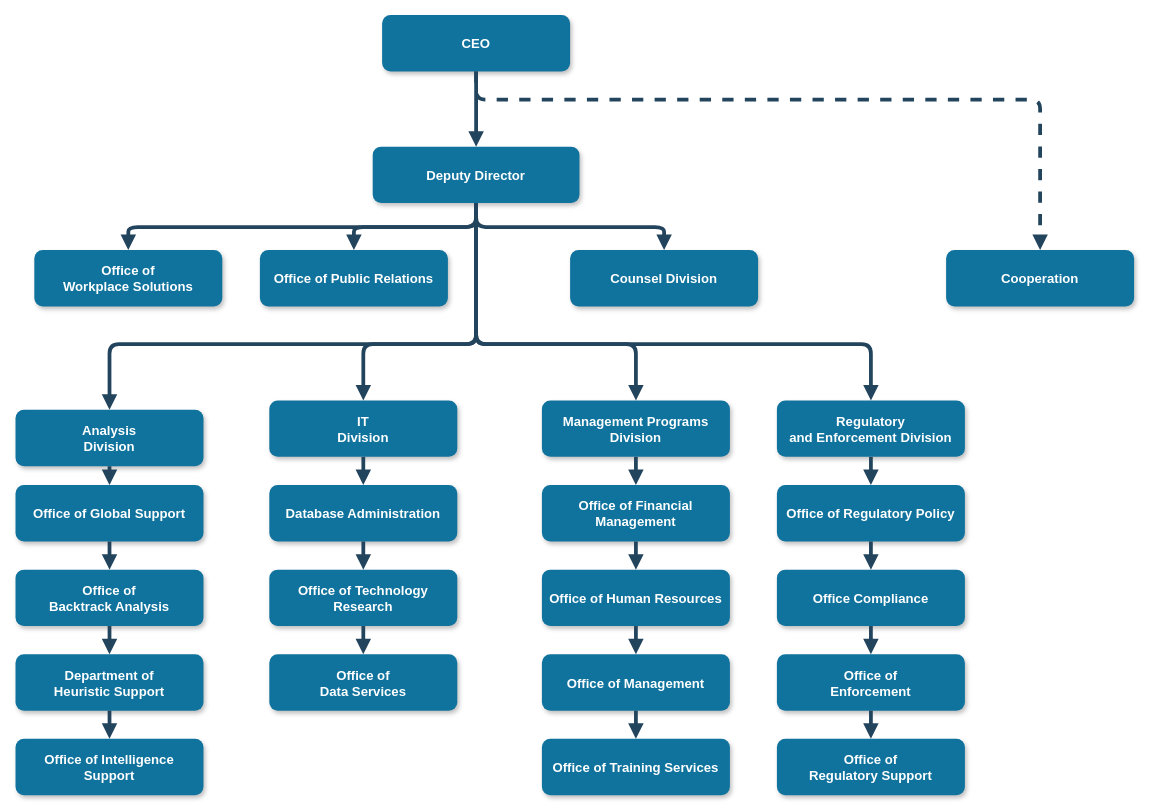
Above: Diagrama sin título.drawio in jhoxar/Buscaminas (draw.io), before the change. Source tidied: cells renumbered, new cells numbered last; positions are measured from the earlier drawing's top-left corner, leaving out a move shared by most shapes. Both pictures are drawn from the tidied source at 94%, with x=0, y=0 at pixel (15, 15).
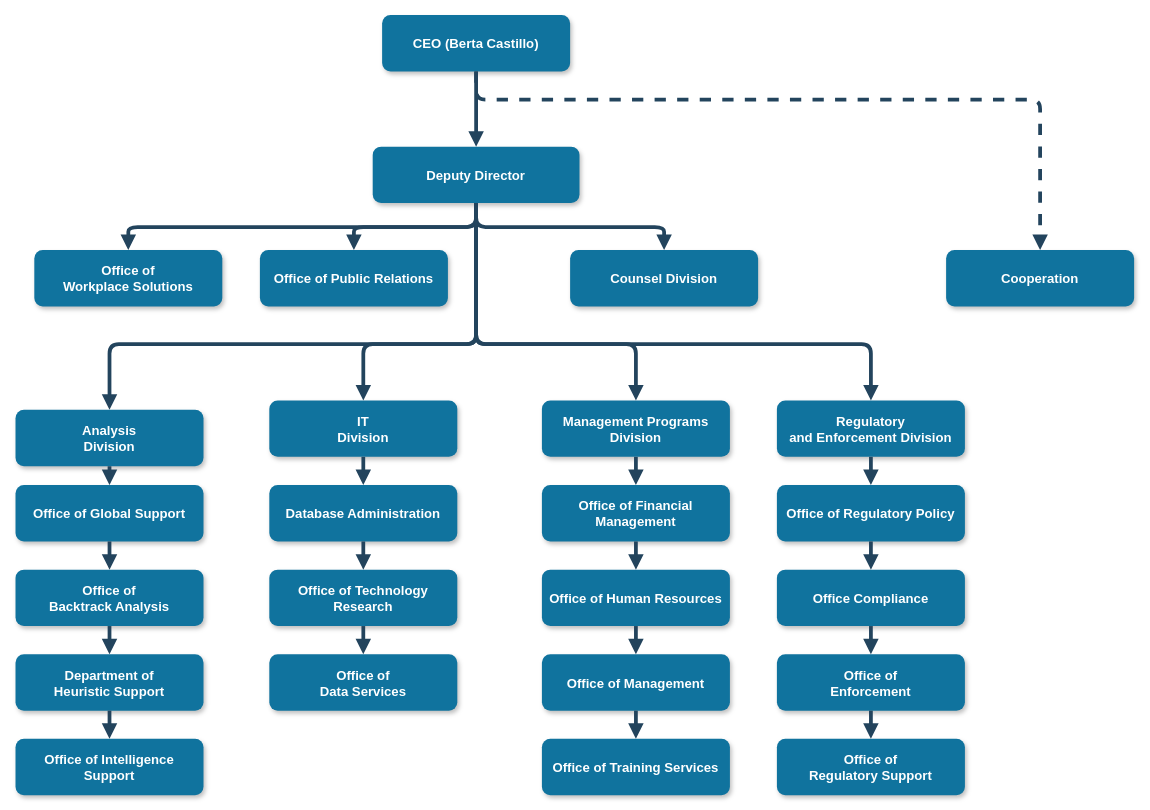
After the change.

Diff of the diagram source:
```diff
@@
-    <mxCell id="2" value="CEO" style="rounded=1;fillColor=#10739E;strokeColor=none;shadow=1;gradientColor=none;fontStyle=1;fontColor=#FFFFFF;fontSize=14;" parent="1" vertex="1">
+    <mxCell id="2" value="CEO (Berta Castillo)" style="rounded=1;fillColor=#10739E;strokeColor=none;shadow=1;gradientColor=none;fontStyle=1;fontColor=#FFFFFF;fontSize=14;" parent="1" vertex="1">
       <mxGeometry x="390" y="-0.5" width="200" height="60" as="geometry" />
     </mxCell>
```
